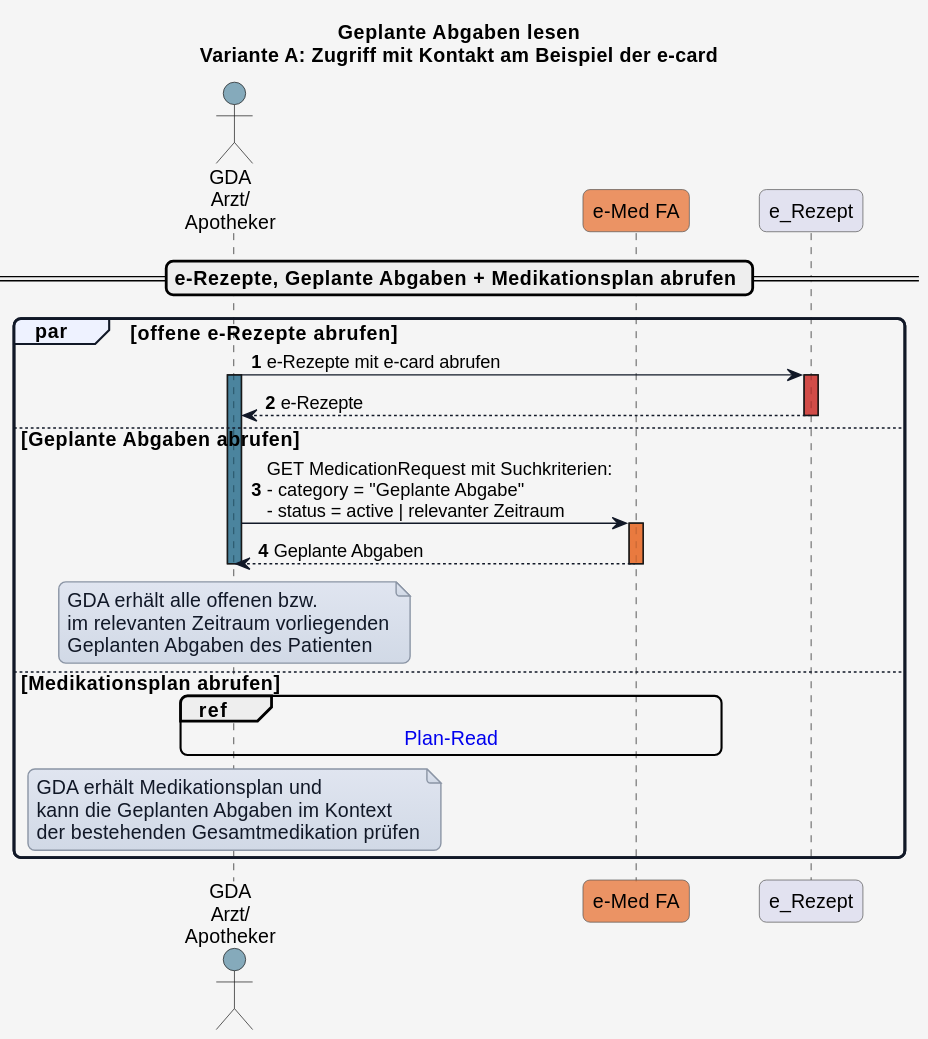
The PlantUML diagram input/images/plantuml/test/UC_eMed_07_01_a_mit_rezept.svg in HL7Austria/ELGA-e-Medikation-R4, before a commit. Its diagram source:
```plantuml
@startuml
title Geplante Abgaben lesen\nVariante A: Zugriff mit Kontakt am Beispiel der e-card


skinparam borderColor #000000
skinparam backgroundColor #f5f5f5
skinparam shadowing false
skinparam roundCorner 10
skinparam defaultFontName "Arial"
skinparam defaultFontSize 14
skinparam defaultFontColor #000000
skinparam HyperlinkColor #0000EE
skinparam HyperlinkUnderline false
skinparam BoxPadding 20
skinparam BoxBorderColor #555555

skinparam note {
  BackgroundColor #e0e5f0-#d1d9e6
  BorderColor #8b95a5
  BorderThickness 1
  RoundCorner 0
  Padding 6
  FontColor #111827
  Shadowing false
}

skinparam sequence {
  ParticipantBorderColor #555555
  ParticipantFontColor #000000
  ParticipantFontSize 14
  ParticipantPadding 20
  ArrowColor #111827
  ArrowThickness 1
  ArrowFontColor #000000
  ArrowFontSize 13
  GroupBorderColor #111827
  GroupBackgroundColor #eef2ff
  GroupBorderThickness 2
}

!define COLOR_GDA_1    #15608280
!define COLOR_GDA_2    #96607D80
!define COLOR_PATIENT  #196B2480
!define COLOR_APO      #0F9ED590
!define COLOR_EMED_FA  #e97232bd
!define COLOR_E_REZEPT #cd3732a9

!define COLOR_OK       #0F9ED525
!define COLOR_ERROR    #E9713235

actor GDA_1 as "GDA\nArzt/\nApotheker" COLOR_GDA_1
participant eMed_FA as "e-Med FA" COLOR_EMED_FA

autonumber

== e-Rezepte, Geplante Abgaben + Medikationsplan abrufen ==

par offene e-Rezepte abrufen
  GDA_1 -> e_Rezept: e-Rezepte mit e-card abrufen
  activate GDA_1 COLOR_GDA_1
  activate e_Rezept COLOR_E_REZEPT
  e_Rezept --> GDA_1: e-Rezepte
  deactivate e_Rezept

else Geplante Abgaben abrufen
  GDA_1 -> eMed_FA: GET MedicationRequest mit Suchkriterien:\n- category = "Geplante Abgabe"\n- status = active | relevanter Zeitraum
  activate eMed_FA COLOR_EMED_FA
  eMed_FA --> GDA_1: Geplante Abgaben
  deactivate eMed_FA
  note over GDA_1
  GDA erhält alle offenen bzw.
  im relevanten Zeitraum vorliegenden
  Geplanten Abgaben des Patienten
  end note

else Medikationsplan abrufen

  ref over GDA_1, eMed_FA : [[interactions.html#sequenzdiagramm-plan-read Plan-Read]]
  note over GDA_1
  GDA erhält Medikationsplan und
  kann die Geplanten Abgaben im Kontext
  der bestehenden Gesamtmedikation prüfen
  end note
  deactivate GDA_1
end
@enduml
```
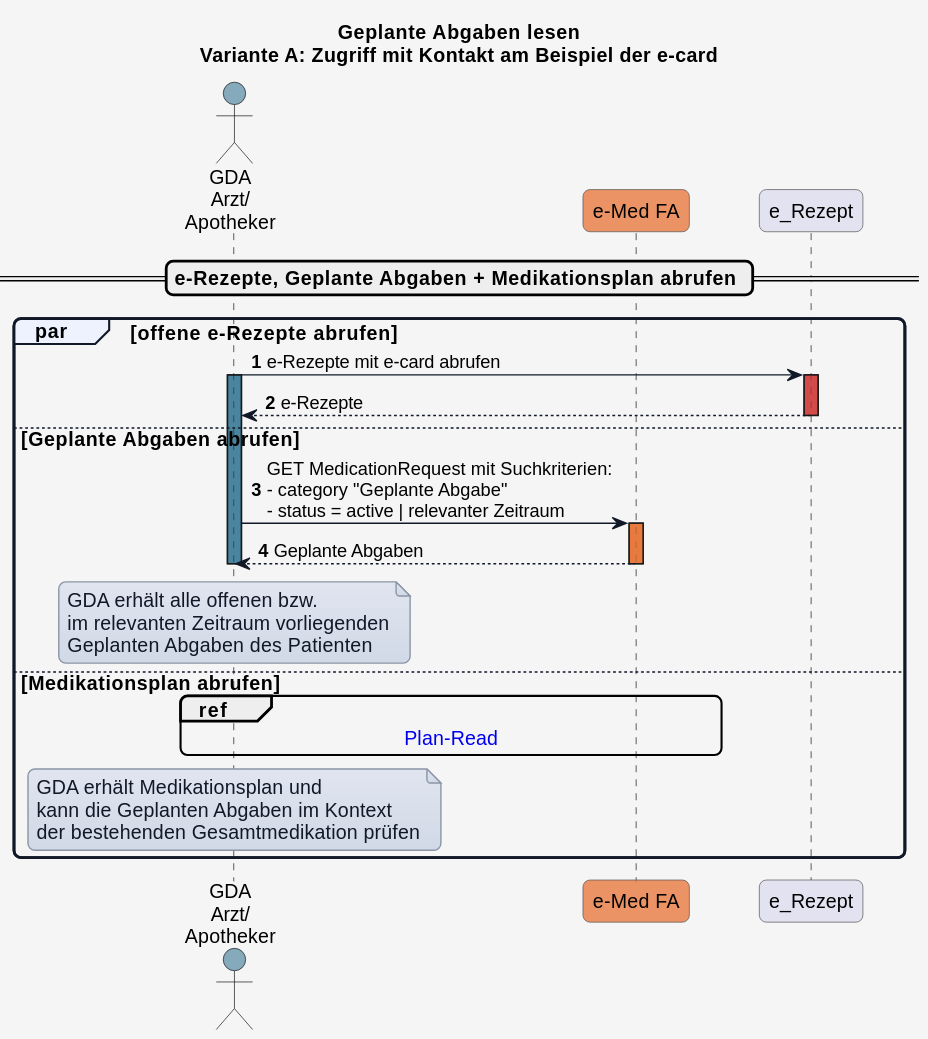
Later version of the same file.

Change to the diagram source:
```diff
@@ -63,7 +63,7 @@
   deactivate e_Rezept
 
 else Geplante Abgaben abrufen
-  GDA_1 -> eMed_FA: GET MedicationRequest mit Suchkriterien:\n- category = "Geplante Abgabe"\n- status = active | relevanter Zeitraum
+  GDA_1 -> eMed_FA: GET MedicationRequest mit Suchkriterien:\n- category "Geplante Abgabe"\n- status = active | relevanter Zeitraum
   activate eMed_FA COLOR_EMED_FA
   eMed_FA --> GDA_1: Geplante Abgaben
   deactivate eMed_FA
```
